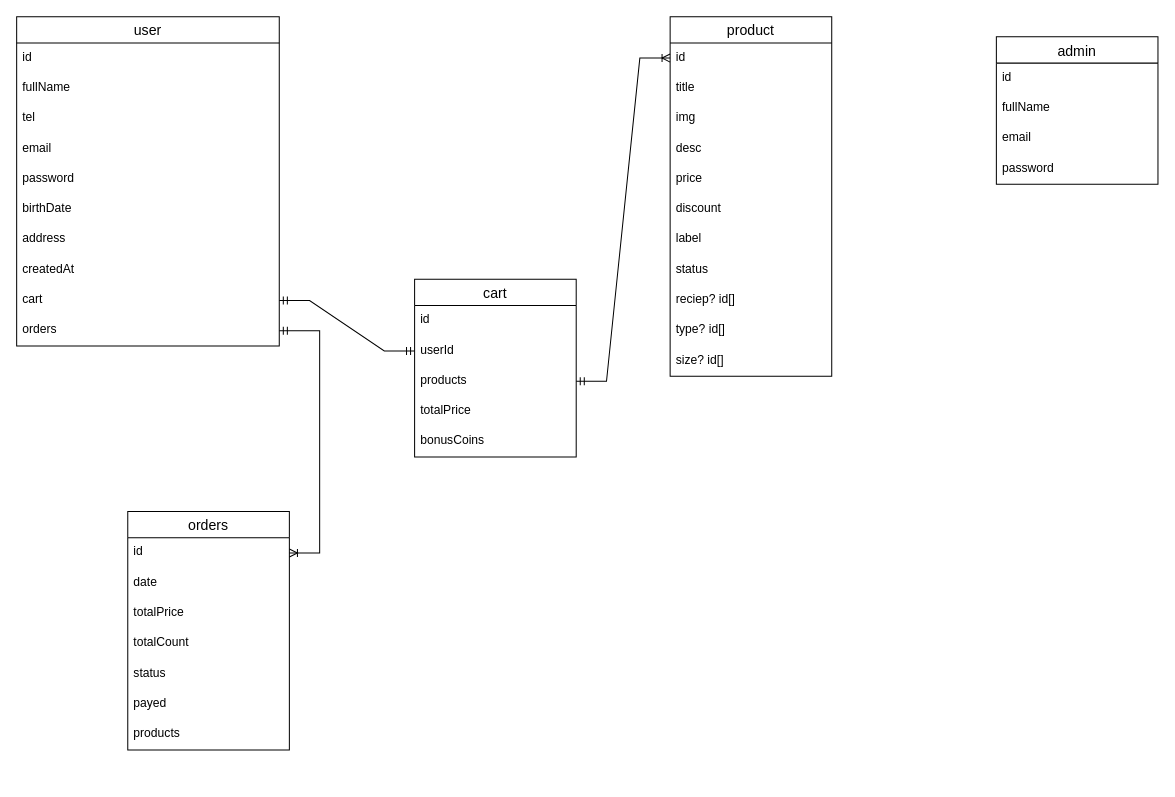
The draw.io diagram Диаграмма без названия.drawio in mrGreatProgrammer/where_pizza_back_expressjs, before the edit. Source tidied: cells renumbered, new cells numbered last; positions are measured from the earlier drawing's top-left corner, leaving out a move shared by most shapes. Both pictures are drawn from the tidied source at 101%, with x=0, y=0 at pixel (16, 16).
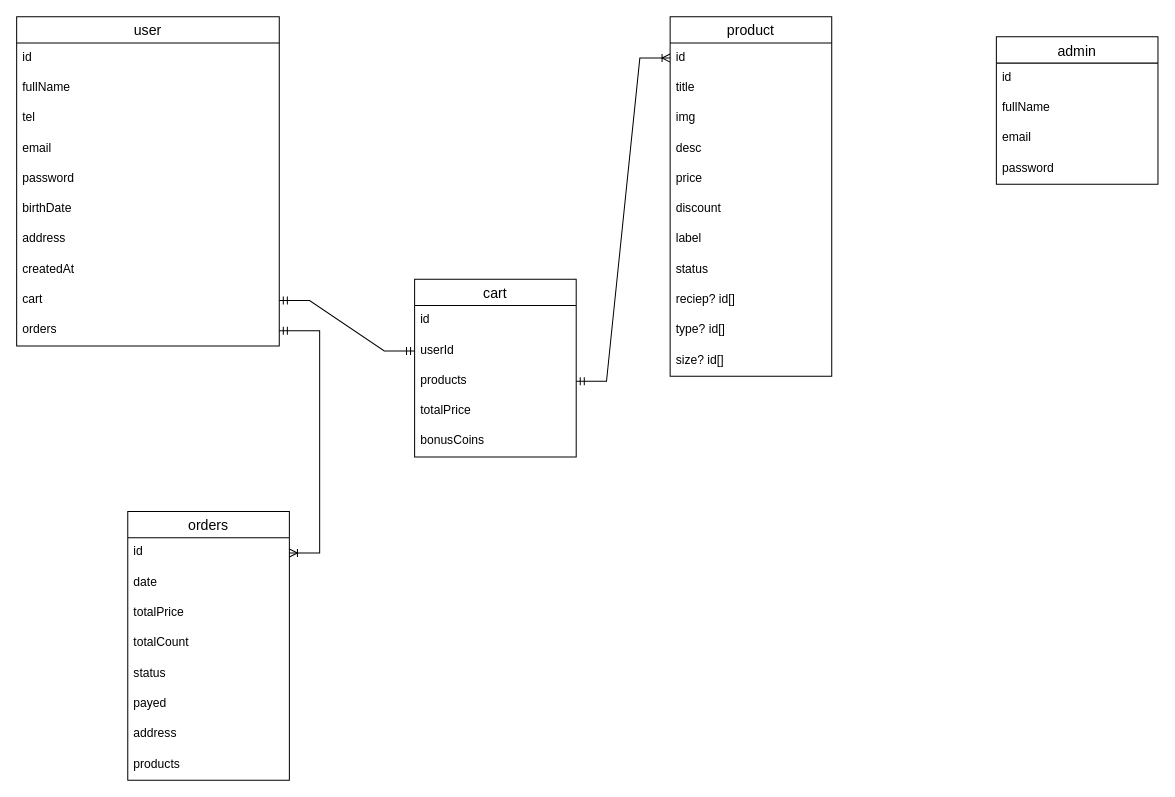
The same diagram, later.

Commit message:
order diagram changed, added address field.drawio

What changed in the source:
```diff
@@
     <mxCell id="37" value="orders" style="swimlane;fontStyle=0;horizontal=1;startSize=26;align=center;fontSize=14;" parent="1" vertex="1">
-      <mxGeometry x="110" y="490" width="160" height="236" as="geometry" />
+      <mxGeometry x="110" y="490" width="160" height="266" as="geometry" />
     </mxCell>
@@
-    <mxCell id="44" value="products" style="text;strokeColor=none;fillColor=none;spacingLeft=4;spacingRight=4;overflow=hidden;fontSize=12;" parent="37" vertex="1">
+    <mxCell id="44" value="address" style="text;strokeColor=none;fillColor=none;spacingLeft=4;spacingRight=4;overflow=hidden;fontSize=12;" parent="37" vertex="1">
       <mxGeometry y="206" width="160" height="30" as="geometry" />
     </mxCell>
+    <mxCell id="47" value="products" style="text;strokeColor=none;fillColor=none;spacingLeft=4;spacingRight=4;overflow=hidden;fontSize=12;" parent="37" vertex="1">
+      <mxGeometry y="236" width="160" height="30" as="geometry" />
+    </mxCell>
```
